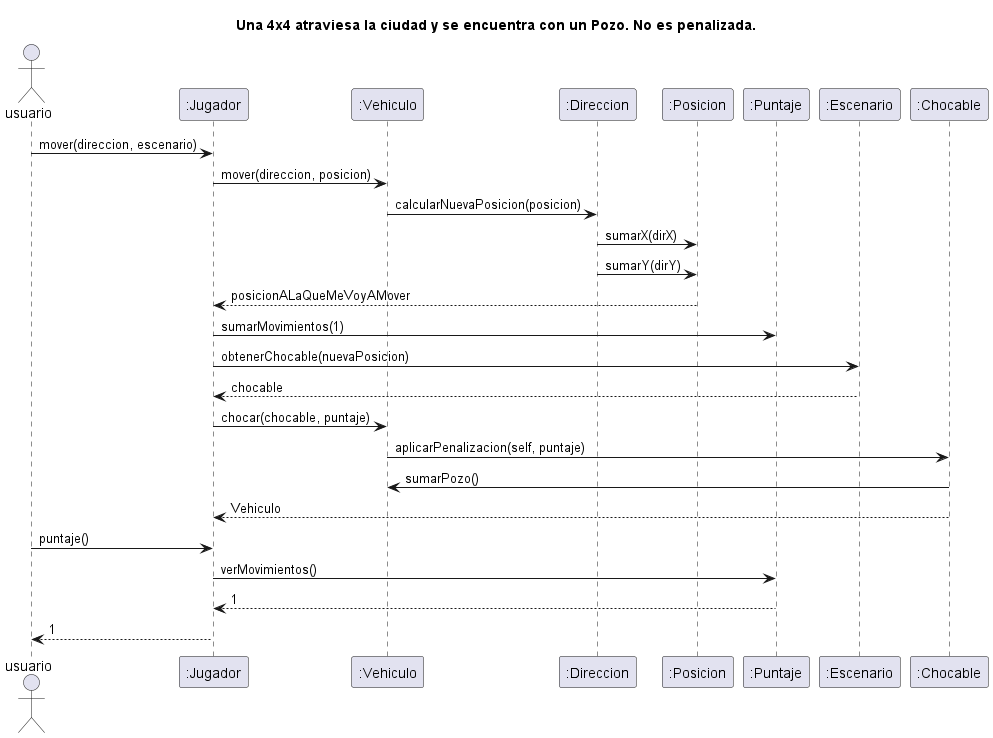
NestorPala/T17-GPSChallenge keeps this PlantUML diagram as diagrams/sequences/todoterreno_choca_pozo.png. Above is the earlier version. Its source is kept beside it as diagrams/sequences/todoterreno_choca_pozo.puml.
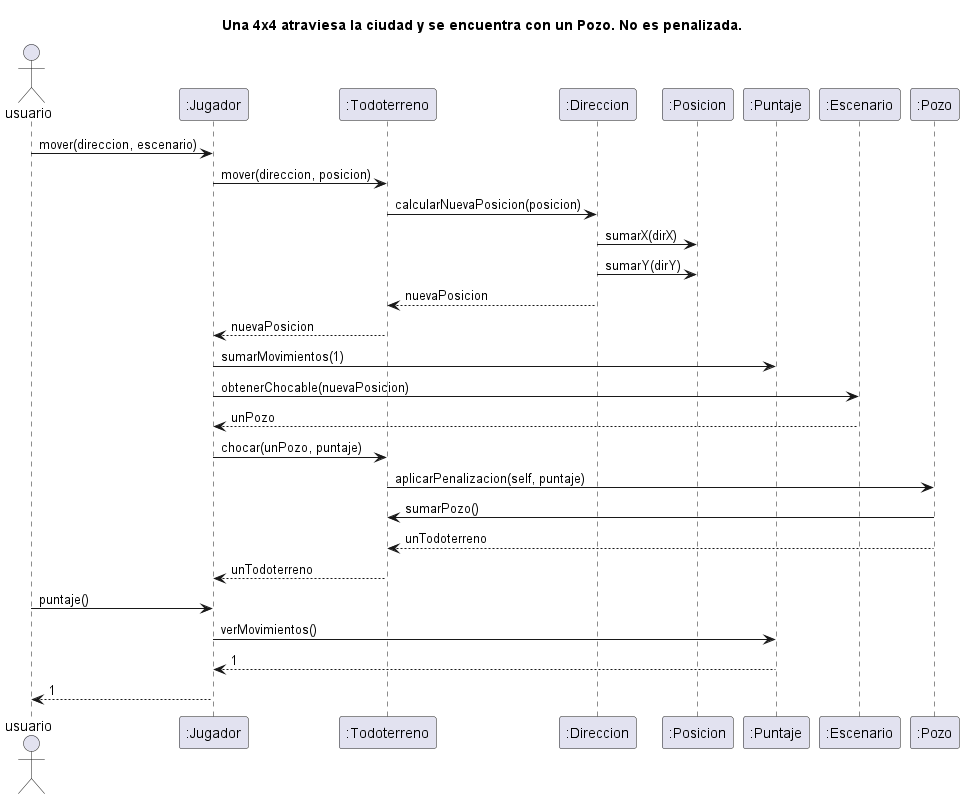
Above is the later version.

Change to the diagram source:
```diff
@@ -3,18 +3,20 @@
 Actor usuario
 
 "usuario" -> ":Jugador": mover(direccion, escenario)
-":Jugador" -> ":Vehiculo": mover(direccion, posicion)
-":Vehiculo" -> ":Direccion": calcularNuevaPosicion(posicion)
+":Jugador" -> ":Todoterreno": mover(direccion, posicion)
+":Todoterreno" -> ":Direccion": calcularNuevaPosicion(posicion)
 ":Direccion" -> ":Posicion": sumarX(dirX)
 ":Direccion" -> ":Posicion": sumarY(dirY)
-":Posicion" --> ":Jugador": posicionALaQueMeVoyAMover
+":Direccion" --> ":Todoterreno": nuevaPosicion
+":Todoterreno" --> ":Jugador": nuevaPosicion
 ":Jugador" -> ":Puntaje": sumarMovimientos(1)
 ":Jugador" -> ":Escenario": obtenerChocable(nuevaPosicion)
-":Escenario" --> ":Jugador": chocable
-":Jugador" -> ":Vehiculo": chocar(chocable, puntaje)
-":Vehiculo" -> ":Chocable": aplicarPenalizacion(self, puntaje)
-":Chocable" -> ":Vehiculo" : sumarPozo()
-":Chocable" --> ":Jugador" : Vehiculo
+":Escenario" --> ":Jugador": unPozo
+":Jugador" -> ":Todoterreno": chocar(unPozo, puntaje)
+":Todoterreno" -> ":Pozo": aplicarPenalizacion(self, puntaje)
+":Pozo" -> ":Todoterreno" : sumarPozo()
+":Pozo" --> ":Todoterreno" : unTodoterreno
+":Todoterreno" --> ":Jugador" : unTodoterreno
 
 "usuario" -> ":Jugador": puntaje()
 ":Jugador" -> ":Puntaje": verMovimientos()
```
